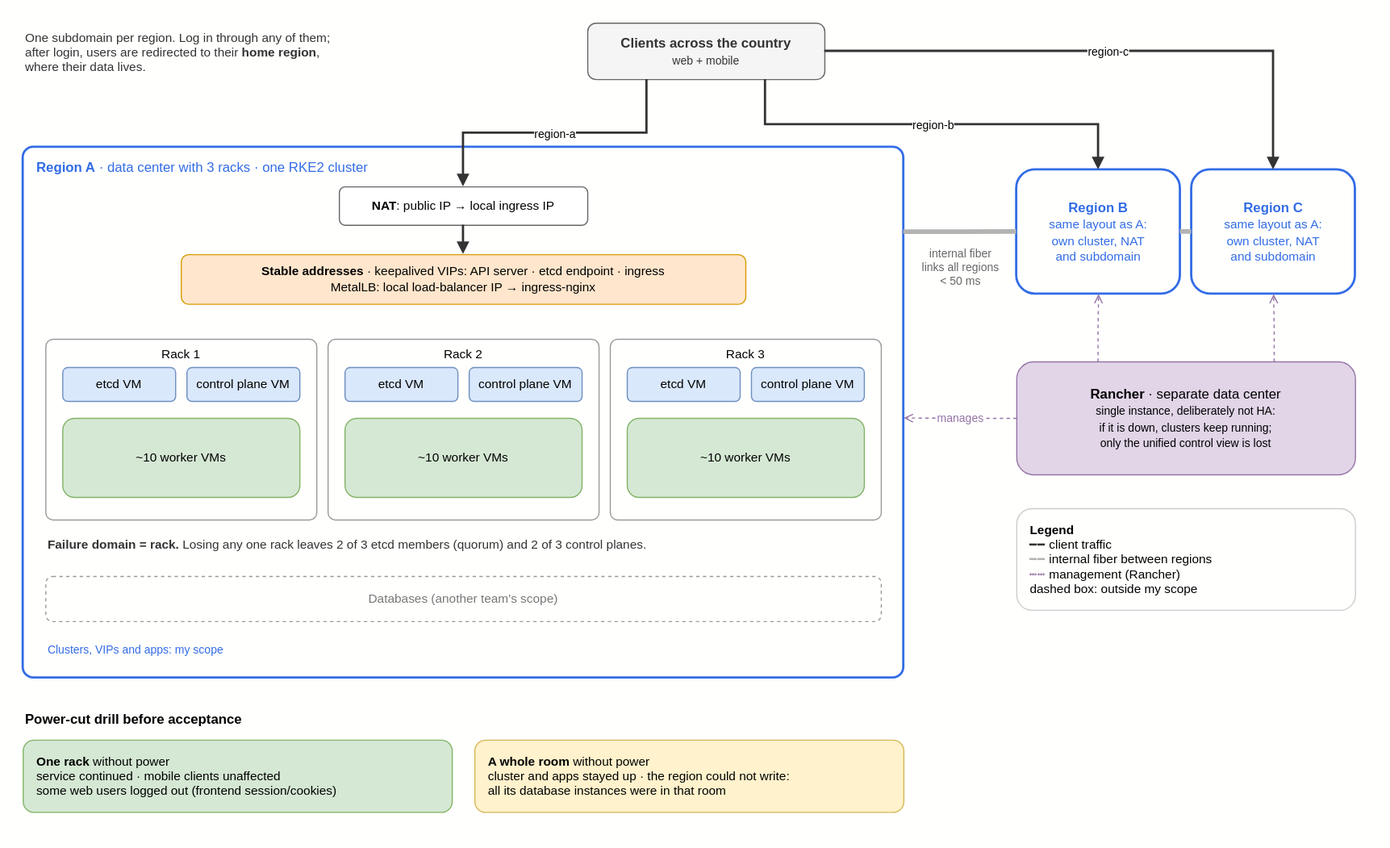
Earlier version of the draw.io export field-notes/01-ha-kubernetes-three-regions/architecture.drawio.svg (vikriusman/curated). Source tidied: cells renumbered, new cells last; positions are measured from the earlier drawing's top-left corner, leaving out a move shared by most shapes.
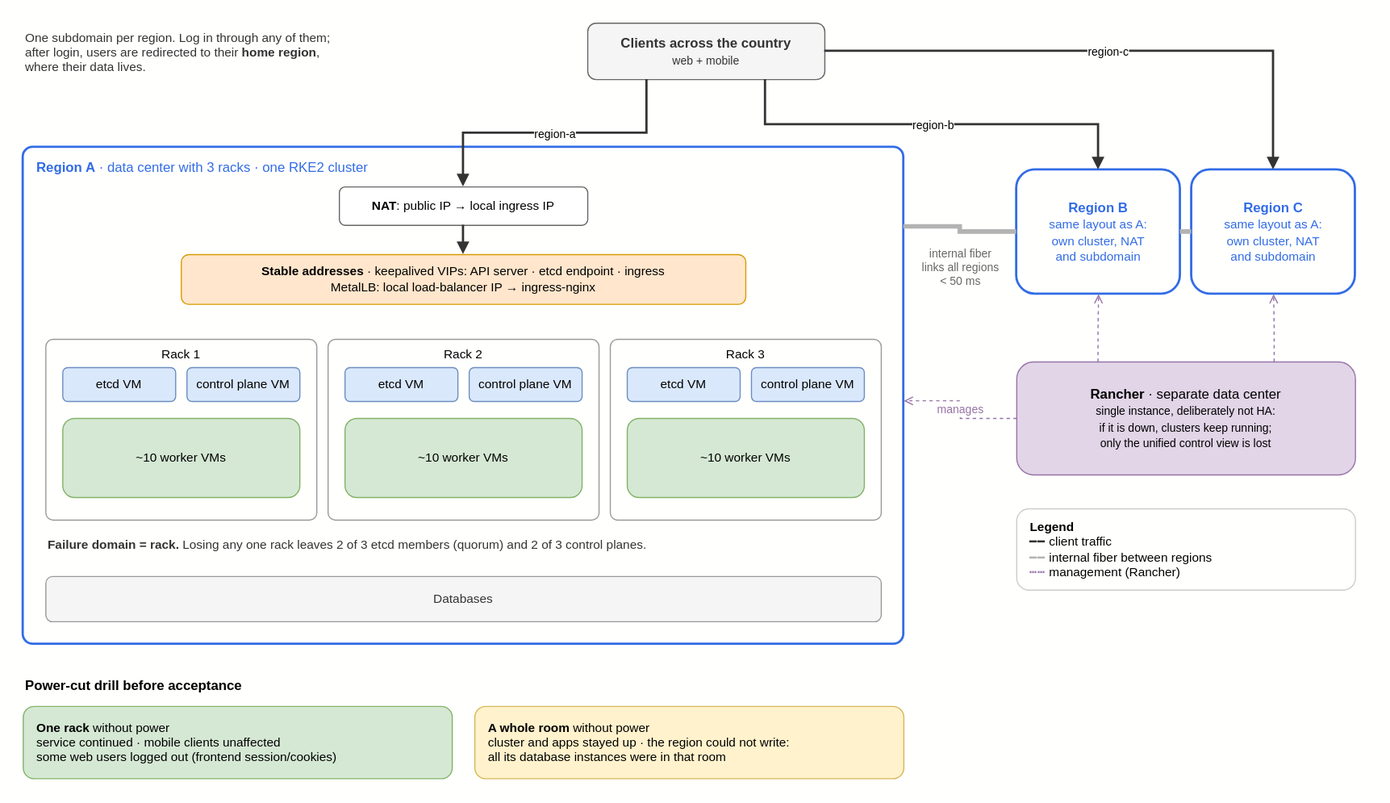
Later version of the same file.

Commit message:
Field note 01 diagram: label databases plainly, drop scope annotations

What changed in the source:
```diff
@@ -3,7 +3,7 @@
     <mxCell id="0" />
     <mxCell id="1" parent="0" />
     <mxCell id="2" style="rounded=0;whiteSpace=wrap;html=1;fillColor=#fffffe;strokeColor=none;" parent="1" vertex="1">
-      <mxGeometry width="1230" height="750" as="geometry" />
+      <mxGeometry width="1230" height="710" as="geometry" />
     </mxCell>
     <mxCell id="3" value="&lt;b&gt;Clients across the country&lt;/b&gt;&lt;br&gt;&lt;font style=&quot;font-size:10px&quot;&gt;web + mobile&lt;/font&gt;" style="rounded=1;whiteSpace=wrap;html=1;fillColor=#f5f5f5;strokeColor=#666666;fontColor=#333333;" parent="1" vertex="1">
       <mxGeometry x="520" y="20" width="210" height="50" as="geometry" />
@@ -12,7 +12,7 @@
       <mxGeometry x="20" y="18" width="480" height="56" as="geometry" />
     </mxCell>
     <mxCell id="5" value="&lt;b&gt;Region A&lt;/b&gt; · data center with 3 racks · one RKE2 cluster" style="rounded=1;whiteSpace=wrap;html=1;verticalAlign=top;align=left;spacingLeft=10;spacingTop=4;fillColor=none;strokeColor=#326ce5;strokeWidth=2;arcSize=2;fontColor=#326ce5;" parent="1" vertex="1">
-      <mxGeometry x="20" y="130" width="780" height="470" as="geometry" />
+      <mxGeometry x="20" y="130" width="780" height="440" as="geometry" />
     </mxCell>
     <mxCell id="6" value="&lt;b&gt;NAT&lt;/b&gt;: public IP → local ingress IP" style="rounded=1;whiteSpace=wrap;html=1;fillColor=#ffffff;strokeColor=#666666;fontSize=11;" parent="1" vertex="1">
       <mxGeometry x="300" y="165" width="220" height="34" as="geometry" />
@@ -59,12 +59,9 @@
     <mxCell id="20" value="&lt;b&gt;Failure domain = rack.&lt;/b&gt; Losing any one rack leaves 2 of 3 etcd members (quorum) and 2 of 3 control planes." style="text;html=1;align=left;verticalAlign=middle;fontSize=11;fontColor=#333333;" parent="1" vertex="1">
       <mxGeometry x="40" y="470" width="740" height="24" as="geometry" />
     </mxCell>
-    <mxCell id="21" value="Databases (another team's scope)" style="rounded=1;whiteSpace=wrap;html=1;dashed=1;fillColor=#fffffe;strokeColor=#999999;fontColor=#777777;fontSize=11;" parent="1" vertex="1">
+    <mxCell id="21" value="Databases" style="rounded=1;whiteSpace=wrap;html=1;fillColor=#f5f5f5;strokeColor=#999999;fontColor=#333333;fontSize=11;" parent="1" vertex="1">
       <mxGeometry x="40" y="510" width="740" height="40" as="geometry" />
     </mxCell>
-    <mxCell id="22" value="Clusters, VIPs and apps: my scope" style="text;html=1;align=left;verticalAlign=middle;fontSize=10;fontColor=#326ce5;" parent="1" vertex="1">
-      <mxGeometry x="40" y="565" width="300" height="20" as="geometry" />
-    </mxCell>
     <mxCell id="23" value="&lt;b&gt;Region B&lt;/b&gt;&lt;br&gt;&lt;font style=&quot;font-size:11px&quot;&gt;same layout as A:&lt;br&gt;own cluster, NAT&lt;br&gt;and subdomain&lt;/font&gt;" style="rounded=1;whiteSpace=wrap;html=1;fillColor=#fffffe;strokeColor=#326ce5;strokeWidth=2;fontColor=#326ce5;" parent="1" vertex="1">
       <mxGeometry x="900" y="150" width="145" height="110" as="geometry" />
     </mxCell>
@@ -107,16 +104,16 @@
       <mxGeometry x="803" y="212" width="94" height="48" as="geometry" />
     </mxCell>
     <mxCell id="36" value="&lt;b&gt;Power-cut drill before acceptance&lt;/b&gt;" style="text;html=1;align=left;verticalAlign=middle;fontSize=12;" parent="1" vertex="1">
-      <mxGeometry x="20" y="625" width="400" height="24" as="geometry" />
+      <mxGeometry x="20" y="595" width="400" height="24" as="geometry" />
     </mxCell>
     <mxCell id="37" value="&lt;b&gt;One rack&lt;/b&gt; without power&lt;br&gt;service continued · mobile clients unaffected&lt;br&gt;some web users logged out (frontend session/cookies)" style="rounded=1;whiteSpace=wrap;html=1;align=left;spacingLeft=10;fillColor=#d5e8d4;strokeColor=#82b366;fontSize=11;" parent="1" vertex="1">
-      <mxGeometry x="20" y="655" width="380" height="64" as="geometry" />
+      <mxGeometry x="20" y="625" width="380" height="64" as="geometry" />
     </mxCell>
     <mxCell id="38" value="&lt;b&gt;A whole room&lt;/b&gt; without power&lt;br&gt;cluster and apps stayed up · the region could not write:&lt;br&gt;all its database instances were in that room" style="rounded=1;whiteSpace=wrap;html=1;align=left;spacingLeft=10;fillColor=#fff2cc;strokeColor=#d6b656;fontSize=11;" parent="1" vertex="1">
-      <mxGeometry x="420" y="655" width="380" height="64" as="geometry" />
+      <mxGeometry x="420" y="625" width="380" height="64" as="geometry" />
     </mxCell>
-    <mxCell id="39" value="&lt;b&gt;Legend&lt;/b&gt;&lt;br&gt;&lt;font color=&quot;#333333&quot;&gt;━━&lt;/font&gt; client traffic&lt;br&gt;&lt;font color=&quot;#b3b3b3&quot;&gt;━━&lt;/font&gt; internal fiber between regions&lt;br&gt;&lt;font color=&quot;#9673a6&quot;&gt;┅┅&lt;/font&gt; management (Rancher)&lt;br&gt;dashed box: outside my scope" style="rounded=1;whiteSpace=wrap;html=1;align=left;spacingLeft=10;fillColor=#fffffe;strokeColor=#cccccc;fontSize=11;" parent="1" vertex="1">
-      <mxGeometry x="900" y="450" width="300" height="90" as="geometry" />
+    <mxCell id="39" value="&lt;b&gt;Legend&lt;/b&gt;&lt;br&gt;&lt;font color=&quot;#333333&quot;&gt;━━&lt;/font&gt; client traffic&lt;br&gt;&lt;font color=&quot;#b3b3b3&quot;&gt;━━&lt;/font&gt; internal fiber between regions&lt;br&gt;&lt;font color=&quot;#9673a6&quot;&gt;┅┅&lt;/font&gt; management (Rancher)" style="rounded=1;whiteSpace=wrap;html=1;align=left;spacingLeft=10;fillColor=#fffffe;strokeColor=#cccccc;fontSize=11;" parent="1" vertex="1">
+      <mxGeometry x="900" y="450" width="300" height="72" as="geometry" />
     </mxCell>
   </root>
 </mxGraphModel>
```
